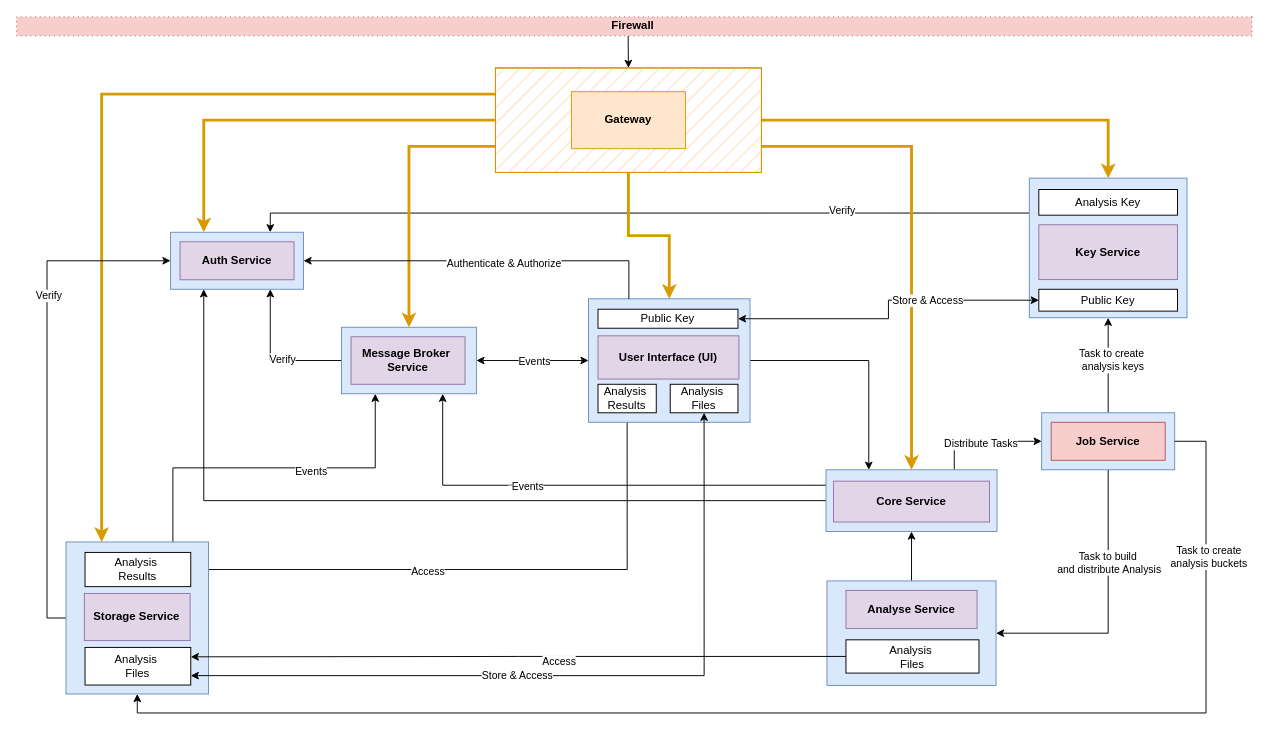
This is architecture/services.drawio from PrivateAIM/diagrams, a draw.io file, before an edit. Source tidied: cells renumbered, new cells numbered last; positions are measured from the earlier drawing's top-left corner, leaving out a move shared by most shapes. Both pictures are drawn from the tidied source at 95%, with x=0, y=0 at pixel (66, -592).
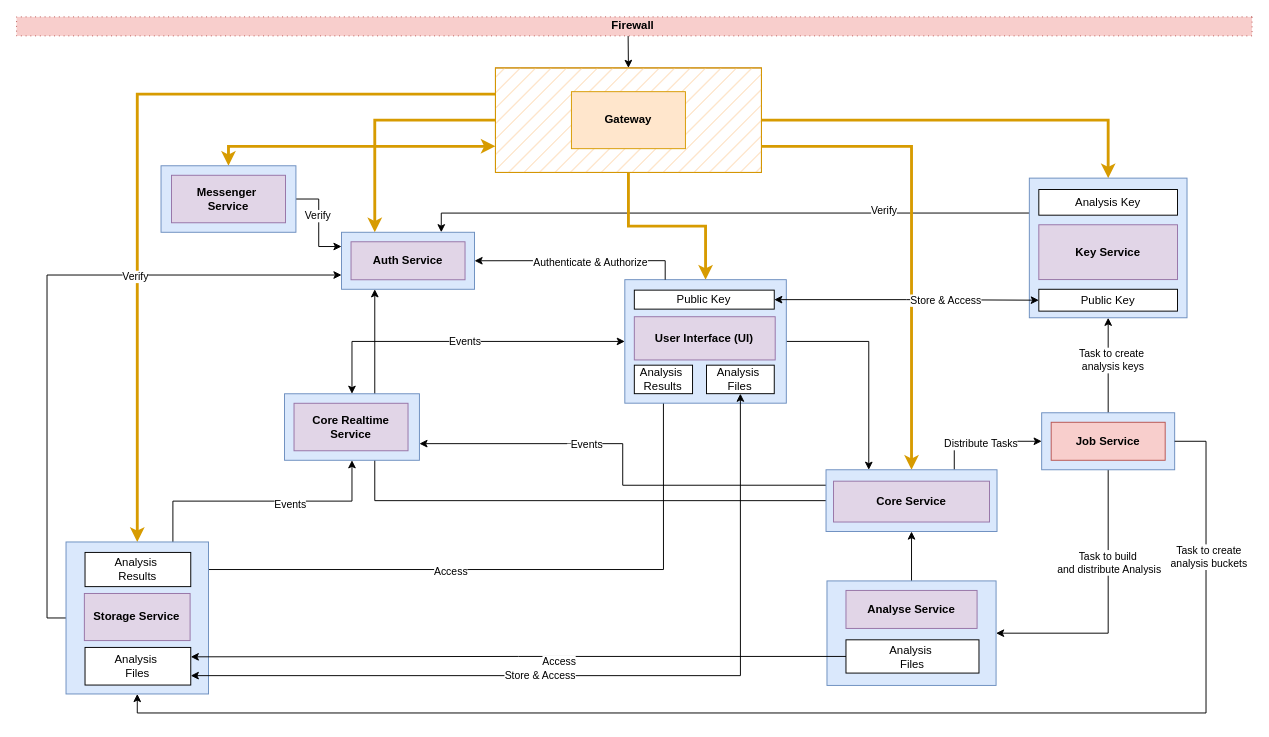
The same diagram, later.

Commit message:
feat: add realtime service split

Unchanged cells that the change refers to:
```xml
<mxCell id="23" style="rounded=0;whiteSpace=wrap;html=1;fillColor=#ffe6cc;fillStyle=hatch;strokeColor=#d79b00;" parent="22" vertex="1">
  <mxGeometry width="280" height="110" as="geometry" />
</mxCell>
<mxCell id="42" style="rounded=0;whiteSpace=wrap;html=1;fillColor=#dae8fc;strokeColor=#6c8ebf;" parent="41" vertex="1">
  <mxGeometry width="170" height="130" as="geometry" />
</mxCell>
<mxCell id="51" style="rounded=0;whiteSpace=wrap;html=1;fillColor=#dae8fc;strokeColor=#6c8ebf;" parent="50" vertex="1">
  <mxGeometry width="140" height="60" as="geometry" />
</mxCell>
<mxCell id="58" style="rounded=0;whiteSpace=wrap;html=1;fillColor=#dae8fc;strokeColor=#6c8ebf;" parent="57" vertex="1">
  <mxGeometry width="180" height="65" as="geometry" />
</mxCell>
<mxCell id="64" style="rounded=0;whiteSpace=wrap;html=1;fillColor=#dae8fc;strokeColor=#6c8ebf;" parent="63" vertex="1">
  <mxGeometry width="150" height="160" as="geometry" />
</mxCell>
```

The edit, as a diff of the source:
```diff
@@
-    <mxCell id="2" style="edgeStyle=orthogonalEdgeStyle;rounded=0;jettySize=auto;html=1;entryX=0.25;entryY=0;entryDx=0;entryDy=0;fillColor=#ffe6cc;strokeColor=#d79b00;strokeWidth=3;exitX=0;exitY=0.25;exitDx=0;exitDy=0;" parent="1" edge="1" source="23" target="64">
+    <mxCell id="2" style="edgeStyle=orthogonalEdgeStyle;rounded=0;jettySize=auto;html=1;entryX=0.5;entryY=0;entryDx=0;entryDy=0;fillColor=#ffe6cc;strokeColor=#d79b00;strokeWidth=3;exitX=0;exitY=0.25;exitDx=0;exitDy=0;" parent="1" edge="1" source="23" target="64">
       <mxGeometry relative="1" as="geometry" />
     </mxCell>
-    <mxCell id="3" style="edgeStyle=orthogonalEdgeStyle;rounded=0;jettySize=auto;html=1;entryX=0;entryY=0.5;entryDx=0;entryDy=0;fontColor=#FFFFFF;exitX=0;exitY=0.5;exitDx=0;exitDy=0;fillColor=#f9f7ed;shadow=0;strokeColor=#000000;" parent="1" edge="1" source="64" target="51">
+    <mxCell id="3" style="edgeStyle=orthogonalEdgeStyle;rounded=0;jettySize=auto;html=1;entryX=0;entryY=0.75;entryDx=0;entryDy=0;fontColor=#FFFFFF;exitX=0;exitY=0.5;exitDx=0;exitDy=0;fillColor=#f9f7ed;shadow=0;strokeColor=#000000;" parent="1" edge="1" source="64" target="51">
       <mxGeometry relative="1" as="geometry" />
     </mxCell>
@@
-    <mxCell id="7" style="edgeStyle=orthogonalEdgeStyle;rounded=0;jettySize=auto;html=1;exitX=0.75;exitY=1;exitDx=0;exitDy=0;fontColor=#FFFFFF;strokeColor=default;entryX=0;entryY=0.25;entryDx=0;entryDy=0;startArrow=classic;startFill=1;endArrow=none;endFill=0;" parent="1" edge="1" source="48" target="58">
+    <mxCell id="7" style="edgeStyle=orthogonalEdgeStyle;rounded=0;jettySize=auto;html=1;exitX=1;exitY=0.75;exitDx=0;exitDy=0;fontColor=#FFFFFF;strokeColor=default;entryX=0;entryY=0.25;entryDx=0;entryDy=0;startArrow=classic;startFill=1;endArrow=none;endFill=0;" parent="1" edge="1" source="79" target="58">
       <mxGeometry relative="1" as="geometry" />
     </mxCell>
@@
-    <mxCell id="10" style="edgeStyle=orthogonalEdgeStyle;rounded=0;jettySize=auto;html=1;entryX=0.75;entryY=1;entryDx=0;entryDy=0;fontColor=#FFFFFF;strokeColor=default;" parent="1" edge="1" source="48" target="51">
+    <mxCell id="10" style="edgeStyle=orthogonalEdgeStyle;rounded=0;jettySize=auto;html=1;entryX=0;entryY=0.25;entryDx=0;entryDy=0;fontColor=#FFFFFF;strokeColor=default;" parent="1" edge="1" source="48" target="51">
       <mxGeometry relative="1" as="geometry" />
     </mxCell>
@@
-    <mxCell id="14" style="edgeStyle=orthogonalEdgeStyle;rounded=0;jettySize=auto;html=1;fontColor=#FFFFFF;strokeColor=default;exitX=0.75;exitY=0;exitDx=0;exitDy=0;entryX=0.25;entryY=1;entryDx=0;entryDy=0;startArrow=none;startFill=0;endArrow=classic;endFill=1;" parent="1" edge="1" source="64" target="48">
+    <mxCell id="14" style="edgeStyle=orthogonalEdgeStyle;rounded=0;jettySize=auto;html=1;fontColor=#FFFFFF;strokeColor=default;exitX=0.75;exitY=0;exitDx=0;exitDy=0;entryX=0.5;entryY=1;entryDx=0;entryDy=0;startArrow=none;startFill=0;endArrow=classic;endFill=1;" parent="1" edge="1" source="64" target="79">
       <mxGeometry relative="1" as="geometry" />
     </mxCell>
@@
-    <mxCell id="16" style="edgeStyle=orthogonalEdgeStyle;rounded=0;jettySize=auto;html=1;entryX=1;entryY=0.5;entryDx=0;entryDy=0;fontColor=#FFFFFF;strokeColor=default;endArrow=classic;endFill=1;startArrow=classic;startFill=1;" parent="1" edge="1" source="42" target="48">
+    <mxCell id="16" style="edgeStyle=orthogonalEdgeStyle;rounded=0;jettySize=auto;html=1;entryX=0.5;entryY=0;entryDx=0;entryDy=0;fontColor=#FFFFFF;strokeColor=default;endArrow=classic;endFill=1;startArrow=classic;startFill=1;" parent="1" edge="1" source="42" target="79">
       <mxGeometry relative="1" as="geometry" />
     </mxCell>
@@
-    <mxCell id="29" style="edgeStyle=orthogonalEdgeStyle;rounded=0;jettySize=auto;html=1;entryX=0.5;entryY=0;entryDx=0;entryDy=0;fillColor=#ffe6cc;strokeColor=#d79b00;exitX=0;exitY=0.75;exitDx=0;exitDy=0;strokeWidth=3;" parent="1" edge="1" source="23" target="48">
+    <mxCell id="29" style="edgeStyle=orthogonalEdgeStyle;rounded=0;jettySize=auto;html=1;entryX=0.5;entryY=0;entryDx=0;entryDy=0;fillColor=#ffe6cc;strokeColor=#d79b00;exitX=0;exitY=0.75;exitDx=0;exitDy=0;strokeWidth=3;startArrow=classic;startFill=1;" parent="1" edge="1" source="23" target="48">
       <mxGeometry relative="1" as="geometry" />
     </mxCell>
@@
     <mxCell id="41" style="group;" parent="1" vertex="1">
-      <mxGeometry x="550" y="937" width="170" height="130" as="geometry" />
+      <mxGeometry x="588.2" y="916.9" width="170" height="130" as="geometry" />
     </mxCell>
@@
-    <mxCell id="47" style="group;" parent="1" vertex="1">
-      <mxGeometry x="290" y="967" width="142" height="70" as="geometry" />
-    </mxCell>
-    <mxCell id="48" style="rounded=0;whiteSpace=wrap;html=1;fillColor=#dae8fc;strokeColor=#6c8ebf;" parent="47" vertex="1">
-      <mxGeometry width="142" height="70" as="geometry" />
-    </mxCell>
-    <mxCell id="49" value="&lt;b&gt;Message Broker&amp;nbsp;&lt;br&gt;Service&lt;/b&gt;" style="rounded=0;whiteSpace=wrap;html=1;fillColor=#e1d5e7;strokeColor=#9673a6;" parent="47" vertex="1">
-      <mxGeometry x="10" y="10" width="120" height="50" as="geometry" />
-    </mxCell>
     <mxCell id="50" style="group;" parent="1" vertex="1">
-      <mxGeometry x="110" y="867" width="140" height="60" as="geometry" />
+      <mxGeometry x="290" y="867" width="140" height="60" as="geometry" />
     </mxCell>
@@
+    <mxCell id="78" style="group;" parent="1" vertex="1">
+      <mxGeometry x="230" y="1037" width="142" height="70" as="geometry" />
+    </mxCell>
+    <mxCell id="79" style="rounded=0;whiteSpace=wrap;html=1;fillColor=#dae8fc;strokeColor=#6c8ebf;" parent="78" vertex="1">
+      <mxGeometry width="142" height="70" as="geometry" />
+    </mxCell>
+    <mxCell id="80" value="&lt;b&gt;Core Realtime Service&lt;/b&gt;" style="rounded=0;whiteSpace=wrap;html=1;fillColor=#e1d5e7;strokeColor=#9673a6;" parent="78" vertex="1">
+      <mxGeometry x="10" y="10" width="120" height="50" as="geometry" />
+    </mxCell>
+    <mxCell id="81" style="group;" parent="1" vertex="1">
+      <mxGeometry x="100" y="797" width="142" height="70" as="geometry" />
+    </mxCell>
+    <mxCell id="48" style="rounded=0;whiteSpace=wrap;html=1;fillColor=#dae8fc;strokeColor=#6c8ebf;" parent="81" vertex="1">
+      <mxGeometry width="142" height="70" as="geometry" />
+    </mxCell>
+    <mxCell id="49" value="&lt;b&gt;Messenger&amp;nbsp;&lt;br&gt;Service&lt;/b&gt;" style="rounded=0;whiteSpace=wrap;html=1;fillColor=#e1d5e7;strokeColor=#9673a6;" parent="81" vertex="1">
+      <mxGeometry x="11" y="10" width="120" height="50" as="geometry" />
+    </mxCell>
```
